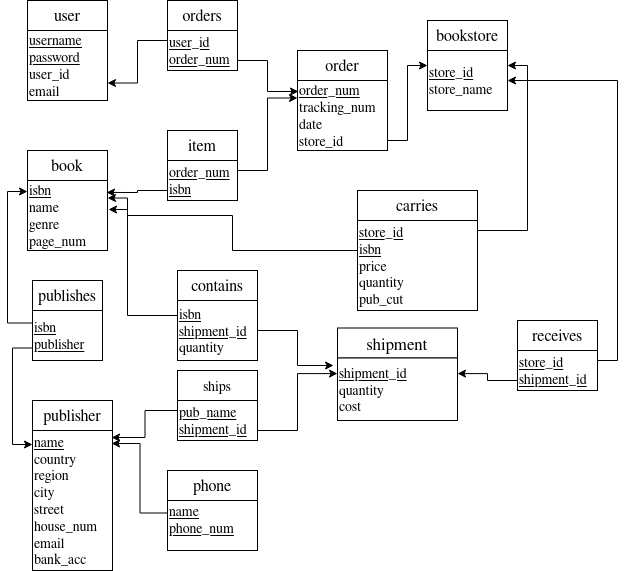
The draw.io diagram Report/images/SchemaDiagram.png in AdamPayzant/COMP3005_Project, before a commit. Source tidied: cells renumbered, new cells last; positions are measured from the earlier drawing's top-left corner, leaving out a move shared by most shapes.
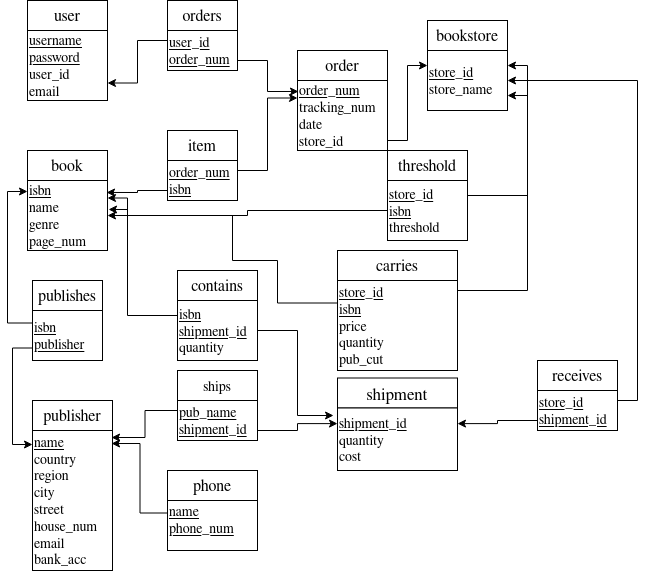
After the change.

Change to the diagram source:
```diff
@@ -87,13 +87,13 @@
       <mxGeometry x="400" y="50" width="80" height="60" as="geometry" />
     </mxCell>
     <mxCell id="28" value="&lt;font style=&quot;font-size: 16px&quot;&gt;carries&lt;br&gt;&lt;/font&gt;" style="rounded=0;whiteSpace=wrap;html=1;" parent="1" vertex="1">
-      <mxGeometry x="330" y="190" width="120" height="30" as="geometry" />
+      <mxGeometry x="310" y="250" width="120" height="30" as="geometry" />
     </mxCell>
     <mxCell id="29" style="edgeStyle=orthogonalEdgeStyle;rounded=0;jettySize=auto;html=1;exitX=1;exitY=0;exitDx=0;exitDy=0;entryX=1;entryY=0.25;entryDx=0;entryDy=0;startArrow=none;startFill=0;" parent="1" edge="1" source="31" target="27">
       <mxGeometry relative="1" as="geometry">
         <Array as="points">
-          <mxPoint x="450" y="230" />
-          <mxPoint x="500" y="230" />
+          <mxPoint x="430" y="290" />
+          <mxPoint x="500" y="290" />
           <mxPoint x="500" y="65" />
         </Array>
       </mxGeometry>
@@ -101,8 +101,9 @@
     <mxCell id="30" style="edgeStyle=orthogonalEdgeStyle;rounded=0;jettySize=auto;html=1;exitX=0;exitY=0.25;exitDx=0;exitDy=0;entryX=1;entryY=0.25;entryDx=0;entryDy=0;startArrow=none;startFill=0;" parent="1" edge="1" source="31" target="3">
       <mxGeometry relative="1" as="geometry">
         <Array as="points">
-          <mxPoint x="330" y="250" />
-          <mxPoint x="205" y="250" />
+          <mxPoint x="250" y="303" />
+          <mxPoint x="250" y="260" />
+          <mxPoint x="205" y="260" />
           <mxPoint x="205" y="215" />
           <mxPoint x="100" y="215" />
           <mxPoint x="100" y="198" />
@@ -110,13 +111,13 @@
       </mxGeometry>
     </mxCell>
     <mxCell id="31" value="&lt;div style=&quot;font-size: 14px&quot; align=&quot;left&quot;&gt;&lt;font style=&quot;font-size: 14px&quot;&gt;&lt;u&gt;store_id&lt;/u&gt;&lt;/font&gt;&lt;/div&gt;&lt;div style=&quot;font-size: 14px&quot; align=&quot;left&quot;&gt;&lt;font style=&quot;font-size: 14px&quot;&gt;&lt;u&gt;isbn&lt;br&gt;&lt;/u&gt;&lt;/font&gt;&lt;/div&gt;&lt;div style=&quot;font-size: 14px&quot; align=&quot;left&quot;&gt;&lt;font style=&quot;font-size: 14px&quot;&gt;price&lt;/font&gt;&lt;/div&gt;&lt;div style=&quot;font-size: 14px&quot; align=&quot;left&quot;&gt;&lt;font style=&quot;font-size: 14px&quot;&gt;quantity&lt;/font&gt;&lt;/div&gt;&lt;div style=&quot;font-size: 14px&quot; align=&quot;left&quot;&gt;&lt;font style=&quot;font-size: 14px&quot;&gt;pub_cut&lt;br&gt;&lt;/font&gt;&lt;/div&gt;" style="rounded=0;whiteSpace=wrap;html=1;align=left;" parent="1" vertex="1">
-      <mxGeometry x="330" y="220" width="120" height="90" as="geometry" />
+      <mxGeometry x="310" y="280" width="120" height="90" as="geometry" />
     </mxCell>
     <mxCell id="32" value="&lt;font style=&quot;font-size: 17px&quot;&gt;shipment&lt;br&gt;&lt;/font&gt;" style="rounded=0;whiteSpace=wrap;html=1;" parent="1" vertex="1">
-      <mxGeometry x="310" y="327.5" width="120" height="30" as="geometry" />
+      <mxGeometry x="310" y="377.5" width="120" height="30" as="geometry" />
     </mxCell>
     <mxCell id="33" value="&lt;font style=&quot;font-size: 14px&quot;&gt;&lt;u&gt;shipment_id&lt;br&gt;&lt;/u&gt;&lt;/font&gt;&lt;div style=&quot;font-size: 14px&quot;&gt;&lt;font style=&quot;font-size: 14px&quot;&gt;quantity&lt;br&gt;&lt;/font&gt;&lt;/div&gt;&lt;div style=&quot;font-size: 14px&quot;&gt;&lt;font style=&quot;font-size: 14px&quot;&gt;cost&lt;/font&gt;&lt;/div&gt;" style="rounded=0;whiteSpace=wrap;html=1;align=left;" parent="1" vertex="1">
-      <mxGeometry x="310" y="357.5" width="120" height="62.5" as="geometry" />
+      <mxGeometry x="310" y="407.5" width="120" height="62.5" as="geometry" />
     </mxCell>
     <mxCell id="34" value="&lt;font style=&quot;font-size: 14px&quot;&gt;ships&lt;br&gt;&lt;/font&gt;" style="rounded=0;whiteSpace=wrap;html=1;" parent="1" vertex="1">
       <mxGeometry x="150" y="370" width="80" height="30" as="geometry" />
@@ -134,7 +135,12 @@
       <mxGeometry x="150" y="270" width="80" height="30" as="geometry" />
     </mxCell>
     <mxCell id="39" style="edgeStyle=orthogonalEdgeStyle;rounded=0;jettySize=auto;html=1;exitX=1;exitY=0.5;exitDx=0;exitDy=0;entryX=-0.033;entryY=0.12;entryDx=0;entryDy=0;entryPerimeter=0;endArrow=classic;endFill=1;" parent="1" edge="1" source="41" target="33">
-      <mxGeometry relative="1" as="geometry" />
+      <mxGeometry relative="1" as="geometry">
+        <Array as="points">
+          <mxPoint x="270" y="330" />
+          <mxPoint x="270" y="415" />
+        </Array>
+      </mxGeometry>
     </mxCell>
     <mxCell id="40" style="edgeStyle=orthogonalEdgeStyle;rounded=0;jettySize=auto;html=1;exitX=0;exitY=0.25;exitDx=0;exitDy=0;entryX=1.013;entryY=0.414;entryDx=0;entryDy=0;entryPerimeter=0;endArrow=classic;endFill=1;" parent="1" edge="1" source="41" target="3">
       <mxGeometry relative="1" as="geometry">
@@ -148,7 +154,7 @@
       <mxGeometry x="150" y="300" width="80" height="60" as="geometry" />
     </mxCell>
     <mxCell id="42" value="&lt;font style=&quot;font-size: 16px&quot;&gt;receives&lt;br&gt;&lt;/font&gt;" style="rounded=0;whiteSpace=wrap;html=1;" parent="1" vertex="1">
-      <mxGeometry x="490" y="320" width="80" height="30" as="geometry" />
+      <mxGeometry x="510" y="360" width="80" height="30" as="geometry" />
     </mxCell>
     <mxCell id="43" style="edgeStyle=orthogonalEdgeStyle;rounded=0;jettySize=auto;html=1;exitX=1;exitY=0.25;exitDx=0;exitDy=0;entryX=1;entryY=0.5;entryDx=0;entryDy=0;endArrow=classic;endFill=1;" parent="1" edge="1" source="45" target="27">
       <mxGeometry relative="1" as="geometry" />
@@ -157,7 +163,19 @@
       <mxGeometry relative="1" as="geometry" />
     </mxCell>
     <mxCell id="45" value="&lt;div style=&quot;font-size: 14px&quot;&gt;&lt;font style=&quot;font-size: 14px&quot;&gt;&lt;u&gt;store_id&lt;br&gt;&lt;/u&gt;&lt;/font&gt;&lt;/div&gt;&lt;div style=&quot;font-size: 14px&quot;&gt;&lt;font style=&quot;font-size: 14px&quot;&gt;&lt;u&gt;shipment_id&lt;br&gt;&lt;/u&gt;&lt;/font&gt;&lt;/div&gt;" style="rounded=0;whiteSpace=wrap;html=1;align=left;" parent="1" vertex="1">
-      <mxGeometry x="490" y="350" width="80" height="40" as="geometry" />
+      <mxGeometry x="510" y="390" width="80" height="40" as="geometry" />
     </mxCell>
+    <mxCell id="46" value="&lt;font style=&quot;font-size: 16px&quot;&gt;threshold&lt;/font&gt;" style="rounded=0;whiteSpace=wrap;html=1;" parent="1" vertex="1">
+      <mxGeometry x="360" y="150" width="80" height="30" as="geometry" />
+    </mxCell>
+    <mxCell id="47" style="edgeStyle=orthogonalEdgeStyle;rounded=0;jettySize=auto;html=1;exitX=1;exitY=0.25;exitDx=0;exitDy=0;entryX=1;entryY=0.75;entryDx=0;entryDy=0;endArrow=classic;endFill=1;" parent="1" edge="1" source="49" target="27">
+      <mxGeometry relative="1" as="geometry" />
+    </mxCell>
+    <mxCell id="48" style="edgeStyle=orthogonalEdgeStyle;rounded=0;jettySize=auto;html=1;exitX=0;exitY=0.5;exitDx=0;exitDy=0;entryX=1;entryY=0.5;entryDx=0;entryDy=0;endArrow=classic;endFill=1;" parent="1" edge="1" source="49" target="3">
+      <mxGeometry relative="1" as="geometry" />
+    </mxCell>
+    <mxCell id="49" value="&lt;font style=&quot;font-size: 14px&quot;&gt;&lt;u&gt;store_id&lt;br&gt;&lt;/u&gt;&lt;/font&gt;&lt;div style=&quot;font-size: 14px&quot;&gt;&lt;font style=&quot;font-size: 14px&quot;&gt;&lt;u&gt;isbn&lt;br&gt;&lt;/u&gt;&lt;/font&gt;&lt;/div&gt;&lt;div style=&quot;font-size: 14px&quot;&gt;&lt;font style=&quot;font-size: 14px&quot;&gt;threshold&lt;br&gt;&lt;/font&gt;&lt;/div&gt;" style="rounded=0;whiteSpace=wrap;html=1;align=left;" parent="1" vertex="1">
+      <mxGeometry x="360" y="180" width="80" height="60" as="geometry" />
+    </mxCell>
   </root>
 </mxGraphModel>
```
